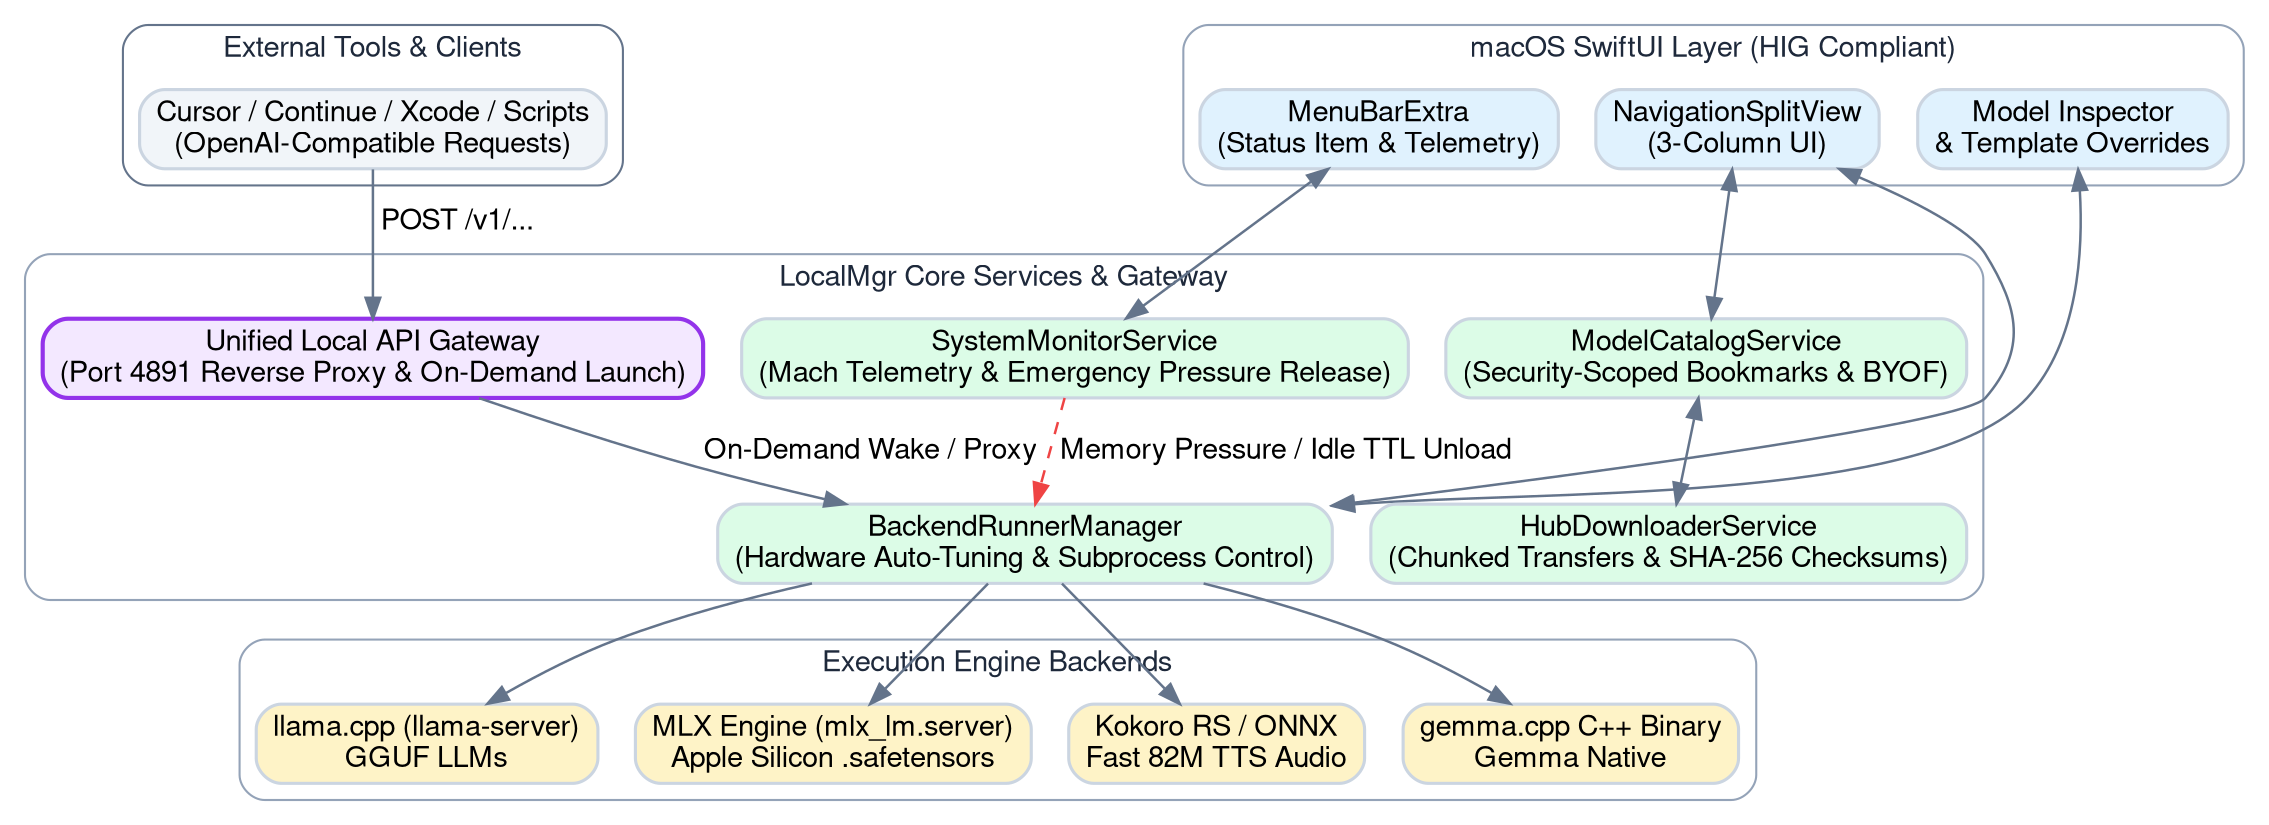
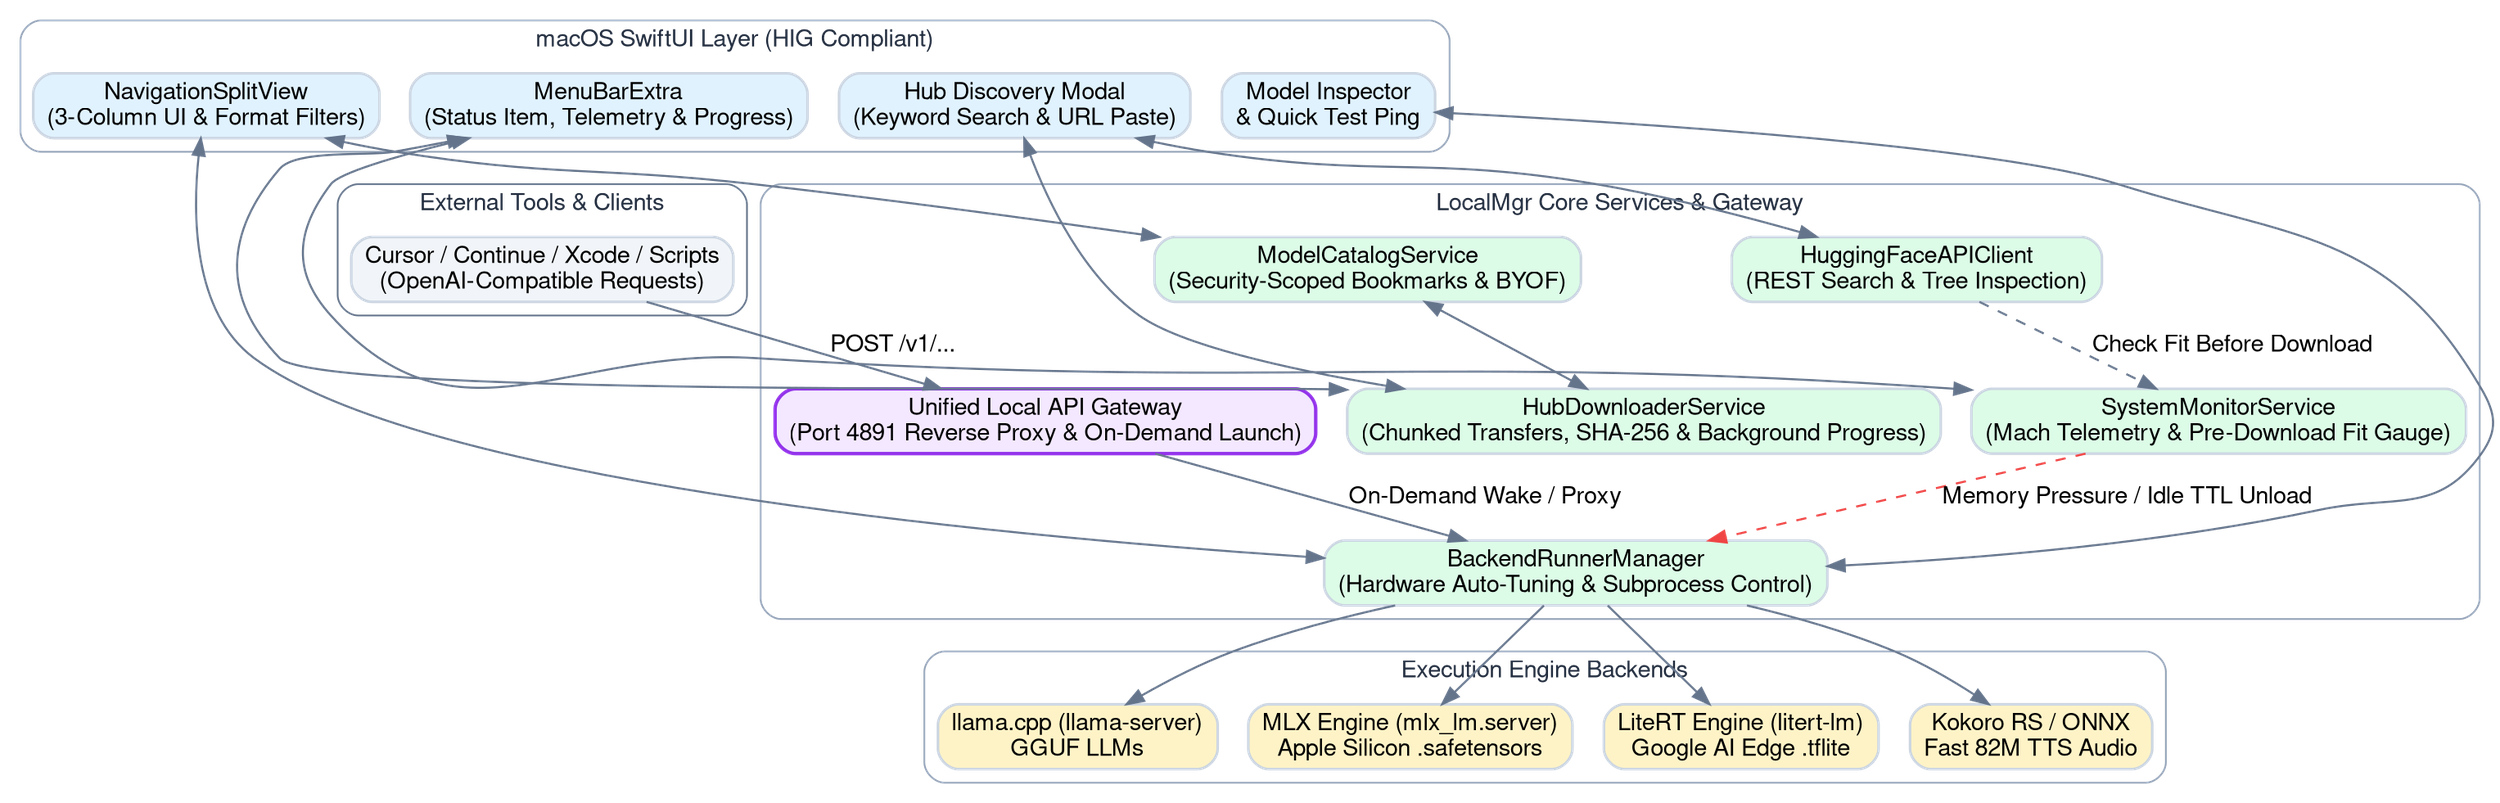
digraph LocalMgrArchitecture {
    rankdir=TB;
    bgcolor="transparent";
    fontname="Helvetica,Arial,sans-serif";
    node [fontname="Helvetica,Arial,sans-serif", shape=box, style="rounded,filled", fillcolor="#f0f4f8", color="#cbd5e1", penwidth=1.5];
    edge [fontname="Helvetica,Arial,sans-serif", color="#64748b", penwidth=1.2];

    subgraph cluster_Clients {
        label = "External Tools & Clients";
        style = "rounded";
        color = "#64748b";
        fontcolor = "#1e293b";
        fontsize = 14;
        Clients [label="Cursor / Continue / Xcode / Scripts\n(OpenAI-Compatible Requests)", fillcolor="#f1f5f9"];
    }

    subgraph cluster_UI {
        label = "macOS SwiftUI Layer (HIG Compliant)";
        style = "rounded";
        color = "#94a3b8";
        fontcolor = "#1e293b";
        fontsize = 14;
-         Nav [label="NavigationSplitView\n(3-Column UI)", fillcolor="#e0f2fe"];
-         MenuBar [label="MenuBarExtra\n(Status Item & Telemetry)", fillcolor="#e0f2fe"];
-         Inspector [label="Model Inspector\n& Template Overrides", fillcolor="#e0f2fe"];
+         Nav [label="NavigationSplitView\n(3-Column UI & Format Filters)", fillcolor="#e0f2fe"];
+         MenuBar [label="MenuBarExtra\n(Status Item, Telemetry & Progress)", fillcolor="#e0f2fe"];
+         Inspector [label="Model Inspector\n& Quick Test Ping", fillcolor="#e0f2fe"];
+         HubPanel [label="Hub Discovery Modal\n(Keyword Search & URL Paste)", fillcolor="#e0f2fe"];
    }

    subgraph cluster_Core {
        label = "LocalMgr Core Services & Gateway";
        style = "rounded";
        color = "#94a3b8";
        fontcolor = "#1e293b";
        fontsize = 14;
        Gateway [label="Unified Local API Gateway\n(Port 4891 Reverse Proxy & On-Demand Launch)", fillcolor="#f3e8ff", penwidth=2.0, color="#9333ea"];
        Catalog [label="ModelCatalogService\n(Security-Scoped Bookmarks & BYOF)", fillcolor="#dcfce7"];
        Orchestrator [label="BackendRunnerManager\n(Hardware Auto-Tuning & Subprocess Control)", fillcolor="#dcfce7"];
-         Monitor [label="SystemMonitorService\n(Mach Telemetry & Emergency Pressure Release)", fillcolor="#dcfce7"];
-         Downloader [label="HubDownloaderService\n(Chunked Transfers & SHA-256 Checksums)", fillcolor="#dcfce7"];
+         Monitor [label="SystemMonitorService\n(Mach Telemetry & Pre-Download Fit Gauge)", fillcolor="#dcfce7"];
+         Downloader [label="HubDownloaderService\n(Chunked Transfers, SHA-256 & Background Progress)", fillcolor="#dcfce7"];
+         HFClient [label="HuggingFaceAPIClient\n(REST Search & Tree Inspection)", fillcolor="#dcfce7"];
    }

    subgraph cluster_Backends {
        label = "Execution Engine Backends";
        style = "rounded";
        color = "#94a3b8";
        fontcolor = "#1e293b";
        fontsize = 14;
        Llama [label="llama.cpp (llama-server)\nGGUF LLMs", fillcolor="#fef3c7"];
        MLX [label="MLX Engine (mlx_lm.server)\nApple Silicon .safetensors", fillcolor="#fef3c7"];
+         LiteRT [label="LiteRT Engine (litert-lm)\nGoogle AI Edge .tflite", fillcolor="#fef3c7"];
        Kokoro [label="Kokoro RS / ONNX\nFast 82M TTS Audio", fillcolor="#fef3c7"];
-         Gemma [label="gemma.cpp C++ Binary\nGemma Native", fillcolor="#fef3c7"];
    }

    Clients -> Gateway [label=" POST /v1/..."];
    Gateway -> Orchestrator [label=" On-Demand Wake / Proxy"];

    Nav -> Catalog [dir=both];
    Nav -> Orchestrator [dir=both];
    MenuBar -> Monitor [dir=both];
+     MenuBar -> Downloader [dir=both];
    Inspector -> Orchestrator [dir=both];
+     HubPanel -> HFClient [dir=both];
+     HubPanel -> Downloader [dir=both];

+     HFClient -> Monitor [label=" Check Fit Before Download", style="dashed"];
    Monitor -> Orchestrator [label=" Memory Pressure / Idle TTL Unload", color="#ef4444", style="dashed"];

    Catalog -> Downloader [dir=both];
    Orchestrator -> Llama;
    Orchestrator -> MLX;
+     Orchestrator -> LiteRT;
    Orchestrator -> Kokoro;
-     Orchestrator -> Gemma;
}
